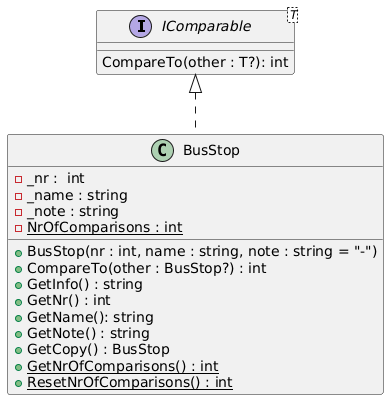
The PlantUML diagram src/assets/img/kmom02/KlassdiagramKmom02Uppgift.png in bth-algo/bth-algo.github.io, before a commit. The source it was exported from:
```plantuml
@startuml
interface IComparable<T>
{
    CompareTo(other : T?): int
}

class BusStop
{
    - _nr :  int
    - _name : string
    - _note : string
    - {static} NrOfComparisons : int

    + BusStop(nr : int, name : string, note : string = "-")
    + CompareTo(other : BusStop?) : int
    + GetInfo() : string
    + GetNr() : int
    + GetName(): string
    + GetNote() : string
    + GetCopy() : BusStop
    + {static} GetNrOfComparisons() : int
    + {static} ResetNrOfComparisons() : int
}

IComparable <|.. BusStop
@enduml
```
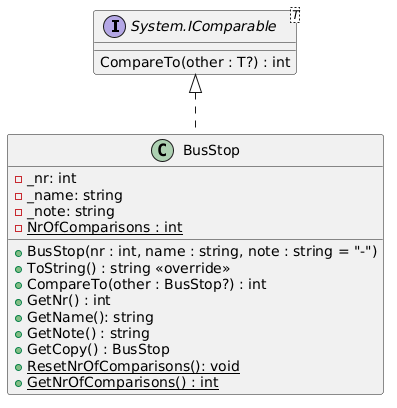
Later version of the same file.

Commit message:
Ny version av BusStop-klassdiagram i uppgiift kmom02

The edit, as a diff of the source:
```diff
@@ -1,26 +1,24 @@
 @startuml
-interface IComparable<T>
-{
-    CompareTo(other : T?): int
+interface "System.IComparable" as IComparable
+IComparable <|.. BusStop
+
+class BusStop {
+ - _nr: int
+ - _name: string
+ - _note: string
+ - NrOfComparisons : int {static}
+ + BusStop(nr : int, name : string, note : string = "-")
+ + ToString() : string <<override>>
+ + CompareTo(other : BusStop?) : int
+ + GetNr() : int
+ + GetName(): string
+ + GetNote() : string
+ + GetCopy() : BusStop
+ + ResetNrOfComparisons(): void {static}
+ + GetNrOfComparisons() : int {static}
 }
 
-class BusStop
-{
-    - _nr :  int
-    - _name : string
-    - _note : string
-    - {static} NrOfComparisons : int
-
-    + BusStop(nr : int, name : string, note : string = "-")
-    + CompareTo(other : BusStop?) : int
-    + GetInfo() : string
-    + GetNr() : int
-    + GetName(): string
-    + GetNote() : string
-    + GetCopy() : BusStop
-    + {static} GetNrOfComparisons() : int
-    + {static} ResetNrOfComparisons() : int
+interface IComparable<T> {
+ CompareTo(other : T?) : int
 }
-
-IComparable <|.. BusStop
 @enduml
```
